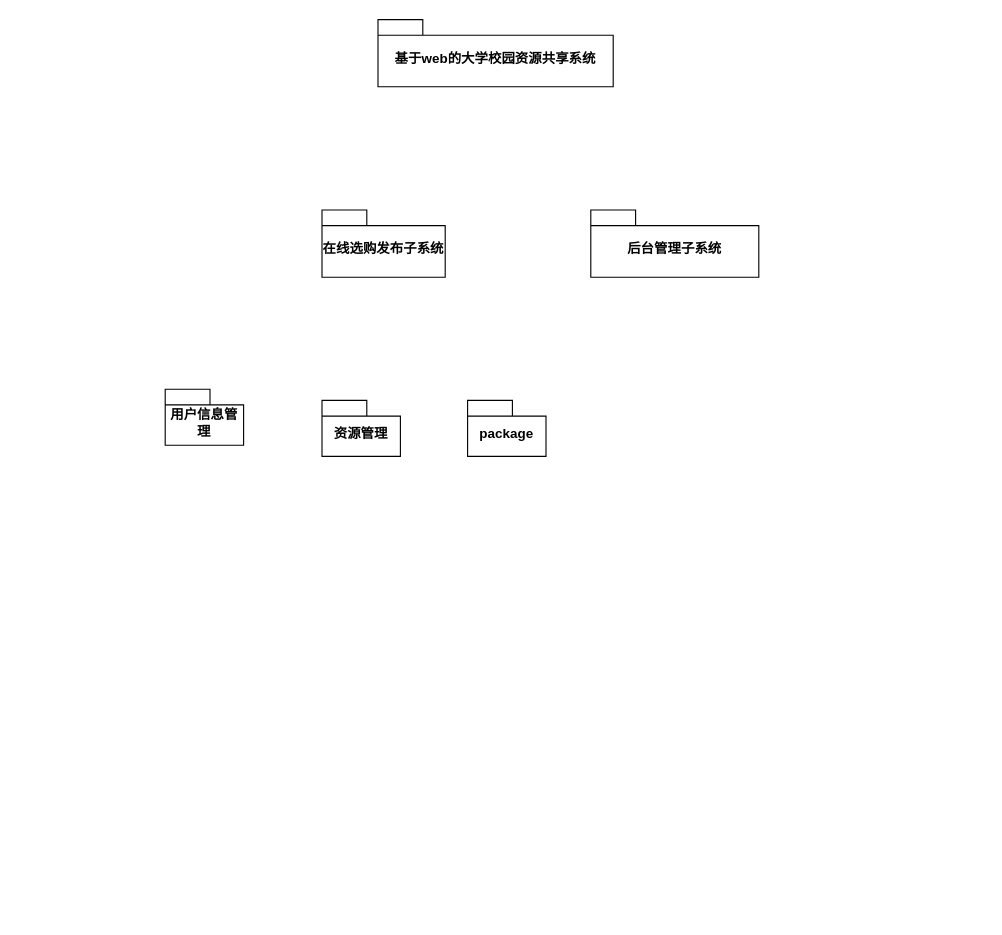
xiaoguokf/draw.io keeps this draw.io diagram as 毕设/资源共享-包图.drawio. Above is the earlier version. Source tidied: cells renumbered, new cells numbered last; positions are measured from the earlier drawing's top-left corner, leaving out a move shared by most shapes. Both pictures are drawn from the tidied source at 112%, with x=0, y=0 at pixel (165, 19).
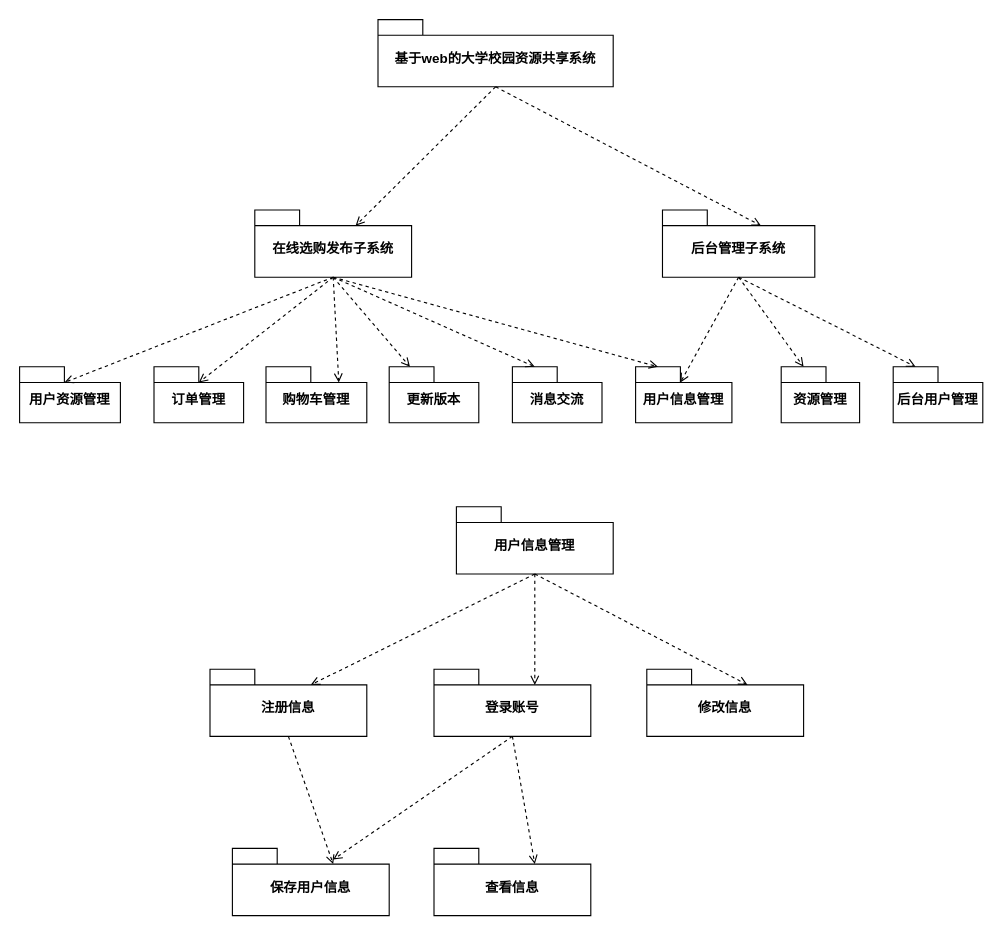
Above is the later version.

Commit message (it also covers changes not shown here):
更新资源共享-包图.drawio

Unchanged cells that the change refers to:
```xml
<mxCell id="2" value="基于web的大学校园资源共享系统" style="shape=folder;fontStyle=1;spacingTop=10;tabWidth=40;tabHeight=14;tabPosition=left;html=1;whiteSpace=wrap;" parent="1" vertex="1">
  <mxGeometry x="190" width="210" height="60" as="geometry" />
</mxCell>
```

Change to the diagram source:
```diff
@@
     <mxCell id="3" value="在线选购发布子系统" style="shape=folder;fontStyle=1;spacingTop=10;tabWidth=40;tabHeight=14;tabPosition=left;html=1;whiteSpace=wrap;" parent="1" vertex="1">
-      <mxGeometry x="140" y="170" width="110" height="60" as="geometry" />
+      <mxGeometry x="80" y="170" width="140" height="60" as="geometry" />
     </mxCell>
     <mxCell id="4" value="后台管理子系统" style="shape=folder;fontStyle=1;spacingTop=10;tabWidth=40;tabHeight=14;tabPosition=left;html=1;whiteSpace=wrap;" parent="1" vertex="1">
-      <mxGeometry x="380" y="170" width="150" height="60" as="geometry" />
+      <mxGeometry x="444" y="170" width="136" height="60" as="geometry" />
     </mxCell>
     <mxCell id="5" value="用户信息管理" style="shape=folder;fontStyle=1;spacingTop=10;tabWidth=40;tabHeight=14;tabPosition=left;html=1;whiteSpace=wrap;" parent="1" vertex="1">
-      <mxGeometry y="330" width="70" height="50" as="geometry" />
+      <mxGeometry x="420" y="310" width="86" height="50" as="geometry" />
     </mxCell>
-    <mxCell id="6" value="资源管理" style="shape=folder;fontStyle=1;spacingTop=10;tabWidth=40;tabHeight=14;tabPosition=left;html=1;whiteSpace=wrap;" parent="1" vertex="1">
-      <mxGeometry x="140" y="340" width="70" height="50" as="geometry" />
+    <mxCell id="6" value="订单管理" style="shape=folder;fontStyle=1;spacingTop=10;tabWidth=40;tabHeight=14;tabPosition=left;html=1;whiteSpace=wrap;" parent="1" vertex="1">
+      <mxGeometry x="-10" y="310" width="80" height="50" as="geometry" />
     </mxCell>
-    <mxCell id="7" value="package" style="shape=folder;fontStyle=1;spacingTop=10;tabWidth=40;tabHeight=14;tabPosition=left;html=1;whiteSpace=wrap;" parent="1" vertex="1">
-      <mxGeometry x="270" y="340" width="70" height="50" as="geometry" />
-    </mxCell>
+    <mxCell id="8" value="消息交流" style="shape=folder;fontStyle=1;spacingTop=10;tabWidth=40;tabHeight=14;tabPosition=left;html=1;whiteSpace=wrap;" parent="1" vertex="1">
+      <mxGeometry x="310" y="310" width="80" height="50" as="geometry" />
+    </mxCell>
+    <mxCell id="9" value="用户资源管理" style="shape=folder;fontStyle=1;spacingTop=10;tabWidth=40;tabHeight=14;tabPosition=left;html=1;whiteSpace=wrap;" parent="1" vertex="1">
+      <mxGeometry x="-130" y="310" width="90" height="50" as="geometry" />
+    </mxCell>
+    <mxCell id="10" value="购物车管理" style="shape=folder;fontStyle=1;spacingTop=10;tabWidth=40;tabHeight=14;tabPosition=left;html=1;whiteSpace=wrap;" parent="1" vertex="1">
+      <mxGeometry x="90" y="310" width="90" height="50" as="geometry" />
+    </mxCell>
+    <mxCell id="11" value="后台用户管理" style="shape=folder;fontStyle=1;spacingTop=10;tabWidth=40;tabHeight=14;tabPosition=left;html=1;whiteSpace=wrap;" parent="1" vertex="1">
+      <mxGeometry x="650" y="310" width="80" height="50" as="geometry" />
+    </mxCell>
+    <mxCell id="12" value="资源管理" style="shape=folder;fontStyle=1;spacingTop=10;tabWidth=40;tabHeight=14;tabPosition=left;html=1;whiteSpace=wrap;" parent="1" vertex="1">
+      <mxGeometry x="550" y="310" width="70" height="50" as="geometry" />
+    </mxCell>
+    <mxCell id="13" value="更新版本" style="shape=folder;fontStyle=1;spacingTop=10;tabWidth=40;tabHeight=14;tabPosition=left;html=1;whiteSpace=wrap;" parent="1" vertex="1">
+      <mxGeometry x="200" y="310" width="80" height="50" as="geometry" />
+    </mxCell>
+    <mxCell id="14" style="html=1;verticalAlign=bottom;labelBackgroundColor=none;endArrow=open;endFill=0;dashed=1;rounded=0;exitX=0.5;exitY=1;exitDx=0;exitDy=0;exitPerimeter=0;entryX=0;entryY=0;entryDx=20;entryDy=0;entryPerimeter=0;" parent="1" edge="1" source="4" target="11">
+      <mxGeometry relative="1" as="geometry" />
+    </mxCell>
+    <mxCell id="15" style="html=1;verticalAlign=bottom;labelBackgroundColor=none;endArrow=open;endFill=0;dashed=1;rounded=0;exitX=0.5;exitY=1;exitDx=0;exitDy=0;exitPerimeter=0;entryX=0;entryY=0;entryDx=20;entryDy=0;entryPerimeter=0;" parent="1" edge="1" source="4" target="12">
+      <mxGeometry relative="1" as="geometry" />
+    </mxCell>
+    <mxCell id="16" style="html=1;verticalAlign=bottom;labelBackgroundColor=none;endArrow=open;endFill=0;dashed=1;rounded=0;exitX=0.5;exitY=1;exitDx=0;exitDy=0;exitPerimeter=0;entryX=0;entryY=0;entryDx=40;entryDy=14;entryPerimeter=0;" parent="1" edge="1" source="4" target="5">
+      <mxGeometry relative="1" as="geometry" />
+    </mxCell>
+    <mxCell id="17" style="html=1;verticalAlign=bottom;labelBackgroundColor=none;endArrow=open;endFill=0;dashed=1;rounded=0;exitX=0.5;exitY=1;exitDx=0;exitDy=0;exitPerimeter=0;entryX=0;entryY=0;entryDx=88;entryDy=14;entryPerimeter=0;" parent="1" edge="1" source="2" target="4">
+      <mxGeometry relative="1" as="geometry" />
+    </mxCell>
+    <mxCell id="18" style="html=1;verticalAlign=bottom;labelBackgroundColor=none;endArrow=open;endFill=0;dashed=1;rounded=0;exitX=0.5;exitY=1;exitDx=0;exitDy=0;exitPerimeter=0;entryX=0;entryY=0;entryDx=90;entryDy=14;entryPerimeter=0;" parent="1" edge="1" source="2" target="3">
+      <mxGeometry relative="1" as="geometry" />
+    </mxCell>
+    <mxCell id="19" style="html=1;verticalAlign=bottom;labelBackgroundColor=none;endArrow=open;endFill=0;dashed=1;rounded=0;exitX=0.5;exitY=1;exitDx=0;exitDy=0;exitPerimeter=0;entryX=0;entryY=0;entryDx=20;entryDy=0;entryPerimeter=0;" parent="1" edge="1" source="3" target="5">
+      <mxGeometry relative="1" as="geometry" />
+    </mxCell>
+    <mxCell id="20" style="html=1;verticalAlign=bottom;labelBackgroundColor=none;endArrow=open;endFill=0;dashed=1;rounded=0;exitX=0.5;exitY=1;exitDx=0;exitDy=0;exitPerimeter=0;entryX=0;entryY=0;entryDx=20;entryDy=0;entryPerimeter=0;" parent="1" edge="1" source="3" target="8">
+      <mxGeometry relative="1" as="geometry" />
+    </mxCell>
+    <mxCell id="21" style="html=1;verticalAlign=bottom;labelBackgroundColor=none;endArrow=open;endFill=0;dashed=1;rounded=0;" parent="1" edge="1" target="13">
+      <mxGeometry relative="1" as="geometry">
+        <mxPoint x="150" y="230" as="sourcePoint" />
+      </mxGeometry>
+    </mxCell>
+    <mxCell id="22" style="html=1;verticalAlign=bottom;labelBackgroundColor=none;endArrow=open;endFill=0;dashed=1;rounded=0;exitX=0.5;exitY=1;exitDx=0;exitDy=0;exitPerimeter=0;entryX=0;entryY=0;entryDx=40;entryDy=14;entryPerimeter=0;" parent="1" edge="1" source="3" target="6">
+      <mxGeometry relative="1" as="geometry" />
+    </mxCell>
+    <mxCell id="23" style="html=1;verticalAlign=bottom;labelBackgroundColor=none;endArrow=open;endFill=0;dashed=1;rounded=0;exitX=0.5;exitY=1;exitDx=0;exitDy=0;exitPerimeter=0;entryX=0;entryY=0;entryDx=40;entryDy=14;entryPerimeter=0;" parent="1" edge="1" source="3" target="9">
+      <mxGeometry relative="1" as="geometry" />
+    </mxCell>
+    <mxCell id="24" style="html=1;verticalAlign=bottom;labelBackgroundColor=none;endArrow=open;endFill=0;dashed=1;rounded=0;exitX=0.5;exitY=1;exitDx=0;exitDy=0;exitPerimeter=0;entryX=0;entryY=0;entryDx=65;entryDy=14;entryPerimeter=0;" parent="1" edge="1" source="3" target="10">
+      <mxGeometry relative="1" as="geometry" />
+    </mxCell>
+    <mxCell id="25" value="查看信息" style="shape=folder;fontStyle=1;spacingTop=10;tabWidth=40;tabHeight=14;tabPosition=left;html=1;whiteSpace=wrap;" parent="1" vertex="1">
+      <mxGeometry x="240" y="740" width="140" height="60" as="geometry" />
+    </mxCell>
+    <mxCell id="26" value="保存用户信息" style="shape=folder;fontStyle=1;spacingTop=10;tabWidth=40;tabHeight=14;tabPosition=left;html=1;whiteSpace=wrap;" parent="1" vertex="1">
+      <mxGeometry x="60" y="740" width="140" height="60" as="geometry" />
+    </mxCell>
+    <mxCell id="27" value="修改信息" style="shape=folder;fontStyle=1;spacingTop=10;tabWidth=40;tabHeight=14;tabPosition=left;html=1;whiteSpace=wrap;" parent="1" vertex="1">
+      <mxGeometry x="430" y="580" width="140" height="60" as="geometry" />
+    </mxCell>
+    <mxCell id="28" value="登录账号" style="shape=folder;fontStyle=1;spacingTop=10;tabWidth=40;tabHeight=14;tabPosition=left;html=1;whiteSpace=wrap;" parent="1" vertex="1">
+      <mxGeometry x="240" y="580" width="140" height="60" as="geometry" />
+    </mxCell>
+    <mxCell id="29" value="注册信息" style="shape=folder;fontStyle=1;spacingTop=10;tabWidth=40;tabHeight=14;tabPosition=left;html=1;whiteSpace=wrap;" parent="1" vertex="1">
+      <mxGeometry x="40" y="580" width="140" height="60" as="geometry" />
+    </mxCell>
+    <mxCell id="30" value="用户信息管理" style="shape=folder;fontStyle=1;spacingTop=10;tabWidth=40;tabHeight=14;tabPosition=left;html=1;whiteSpace=wrap;" parent="1" vertex="1">
+      <mxGeometry x="260" y="435" width="140" height="60" as="geometry" />
+    </mxCell>
+    <mxCell id="31" style="html=1;verticalAlign=bottom;labelBackgroundColor=none;endArrow=open;endFill=0;dashed=1;rounded=0;exitX=0.5;exitY=1;exitDx=0;exitDy=0;exitPerimeter=0;" parent="1" edge="1" source="28">
+      <mxGeometry relative="1" as="geometry">
+        <mxPoint x="150" y="750" as="targetPoint" />
+      </mxGeometry>
+    </mxCell>
+    <mxCell id="32" style="html=1;verticalAlign=bottom;labelBackgroundColor=none;endArrow=open;endFill=0;dashed=1;rounded=0;exitX=0.5;exitY=1;exitDx=0;exitDy=0;exitPerimeter=0;entryX=0;entryY=0;entryDx=90;entryDy=14;entryPerimeter=0;" parent="1" edge="1" source="28" target="25">
+      <mxGeometry relative="1" as="geometry" />
+    </mxCell>
+    <mxCell id="33" style="html=1;verticalAlign=bottom;labelBackgroundColor=none;endArrow=open;endFill=0;dashed=1;rounded=0;exitX=0.5;exitY=1;exitDx=0;exitDy=0;exitPerimeter=0;entryX=0;entryY=0;entryDx=90;entryDy=14;entryPerimeter=0;" parent="1" edge="1" source="29" target="26">
+      <mxGeometry relative="1" as="geometry" />
+    </mxCell>
+    <mxCell id="34" style="html=1;verticalAlign=bottom;labelBackgroundColor=none;endArrow=open;endFill=0;dashed=1;rounded=0;exitX=0.5;exitY=1;exitDx=0;exitDy=0;exitPerimeter=0;entryX=0;entryY=0;entryDx=90;entryDy=14;entryPerimeter=0;" parent="1" edge="1" source="30" target="29">
+      <mxGeometry relative="1" as="geometry" />
+    </mxCell>
+    <mxCell id="35" style="html=1;verticalAlign=bottom;labelBackgroundColor=none;endArrow=open;endFill=0;dashed=1;rounded=0;exitX=0.5;exitY=1;exitDx=0;exitDy=0;exitPerimeter=0;entryX=0;entryY=0;entryDx=90;entryDy=14;entryPerimeter=0;" parent="1" edge="1" source="30" target="27">
+      <mxGeometry relative="1" as="geometry" />
+    </mxCell>
+    <mxCell id="36" style="html=1;verticalAlign=bottom;labelBackgroundColor=none;endArrow=open;endFill=0;dashed=1;rounded=0;exitX=0.5;exitY=1;exitDx=0;exitDy=0;exitPerimeter=0;entryX=0;entryY=0;entryDx=90;entryDy=14;entryPerimeter=0;" parent="1" edge="1" source="30" target="28">
+      <mxGeometry relative="1" as="geometry" />
+    </mxCell>
```
